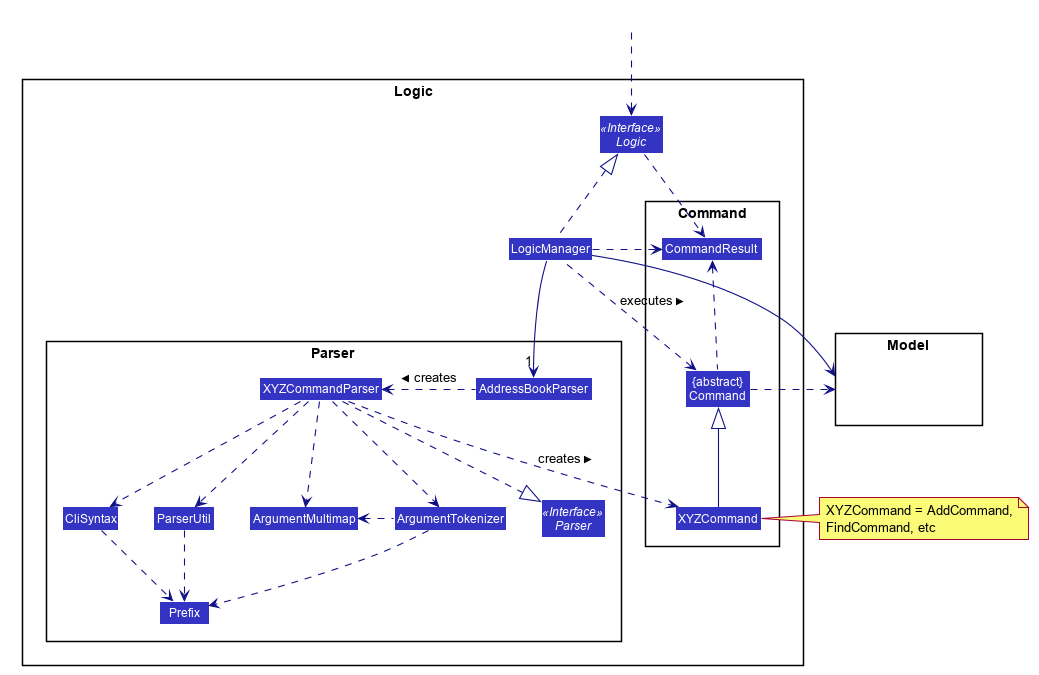
nus-cs2103-AY2021S2/tp keeps this PlantUML diagram as docs/images/LogicClassDiagram.png. Above is the earlier version.
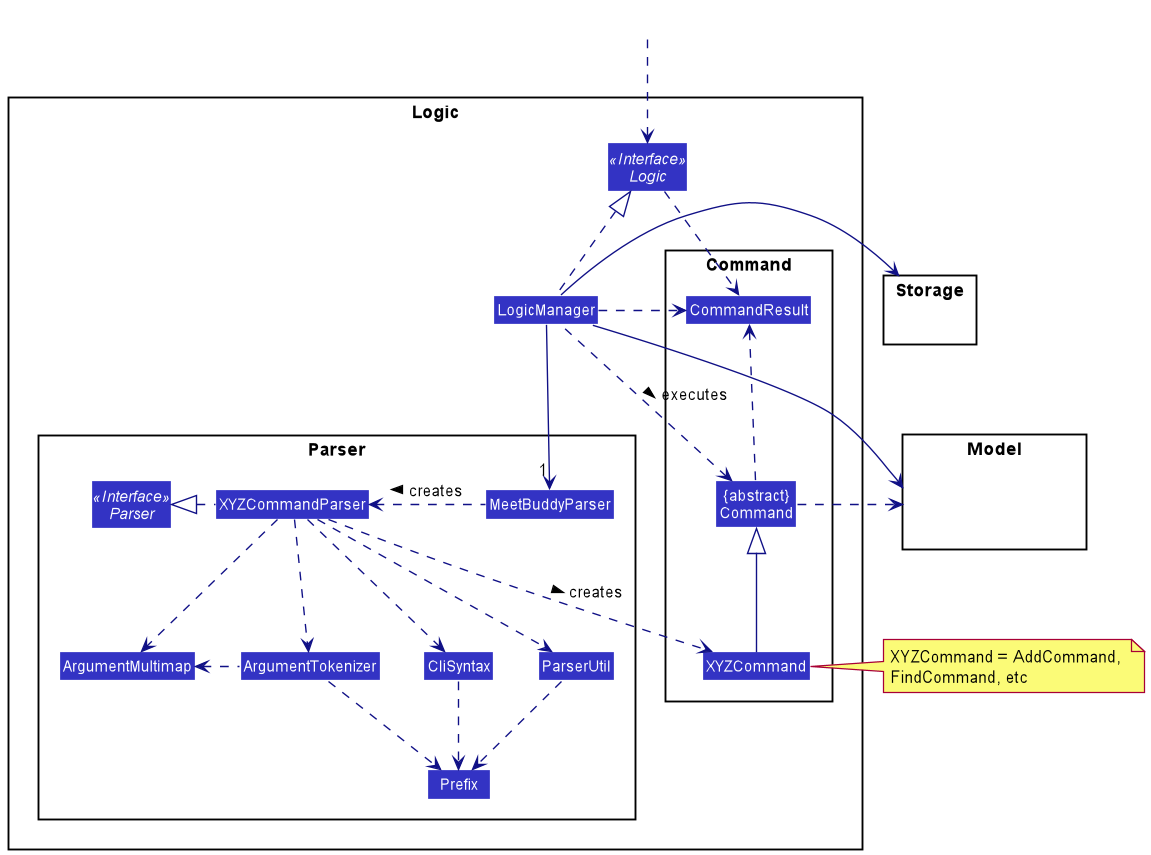
The same file after the commit.

Commit message:
Update LogicClassDiagram and DeleteSequenceDiagram to reflect MeetBuddy instead of AddressBook

What changed in the source:
```diff
@@ -1,61 +1,14 @@
 @startuml
-
-
-
-
-
-
-
-
-skinparam BackgroundColor #FFFFFFF
-
-skinparam Shadowing false
-
-skinparam Class {
-    FontColor #FFFFFF
-    BorderThickness 1
-    BorderColor #FFFFFF
-    StereotypeFontColor #FFFFFF
-    FontName Arial
-}
-
-skinparam Actor {
-    BorderColor #000000
-    Color #000000
-    FontName Arial
-}
-
-skinparam Sequence {
-    MessageAlign center
-    BoxFontSize 15
-    BoxPadding 0
-    BoxFontColor #FFFFFF
-    FontName Arial
-}
-
-skinparam Participant {
-    FontColor #FFFFFFF
-    Padding 20
-}
-
-skinparam MinClassWidth 50
-skinparam ParticipantPadding 10
-skinparam Shadowing false
-skinparam DefaultTextAlignment center
-skinparam packageStyle Rectangle
-
-hide footbox
-hide members
-hide circle
+!include style.puml
 skinparam arrowThickness 1.1
-skinparam arrowColor #101086
-skinparam classBackgroundColor #3333C4
+skinparam arrowColor LOGIC_COLOR_T4
+skinparam classBackgroundColor LOGIC_COLOR
 
 package Logic {
 
 package Parser {
 Interface Parser <<Interface>>
-Class AddressBookParser
+Class MeetBuddyParser
 Class XYZCommandParser
 Class CliSyntax
 Class ParserUtil
@@ -63,6 +16,7 @@
 Class ArgumentTokenizer
 Class Prefix
 }
+
 
 package Command {
 Class XYZCommand
@@ -78,15 +32,20 @@
 Class HiddenModel #FFFFFF
 }
 
+package Storage{
+Class HiddenModel #FFFFFF
+}
+
+
 Class HiddenOutside #FFFFFF
 HiddenOutside ..> Logic
 
 LogicManager .up.|> Logic
-LogicManager -->"1" AddressBookParser
-AddressBookParser .left.> XYZCommandParser: creates >
+LogicManager -->"1" MeetBuddyParser
+MeetBuddyParser .left.> XYZCommandParser: creates >
 
 XYZCommandParser ..> XYZCommand : creates >
-XYZCommandParser ..|> Parser
+XYZCommandParser .left.|> Parser
 XYZCommandParser ..> ArgumentMultimap
 XYZCommandParser ..> ArgumentTokenizer
 ArgumentTokenizer .left.> ArgumentMultimap
@@ -99,6 +58,9 @@
 LogicManager .left.> Command : executes >
 
 LogicManager --> Model
+LogicManager --> Storage
+Storage --[hidden] Model
+Command .[hidden]up.> Storage
 Command .right.> Model
 note right of XYZCommand: XYZCommand = AddCommand, \nFindCommand, etc
 
```
